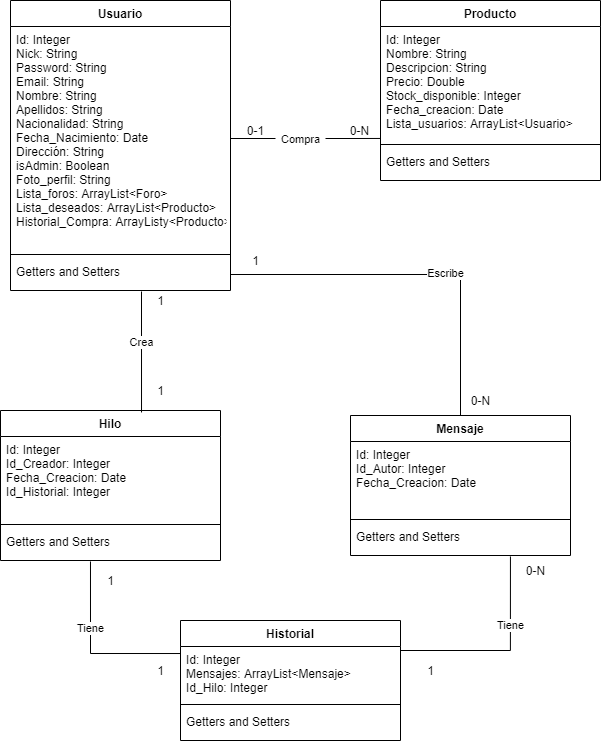
This is diseño/resources/Diagrama de clases de modelo.png from Bluishres/La-tienda-del-infinito, a draw.io export, as it was before one commit. Source tidied: cells renumbered, new cells last; positions are measured from the earlier drawing's top-left corner, leaving out a move shared by most shapes.
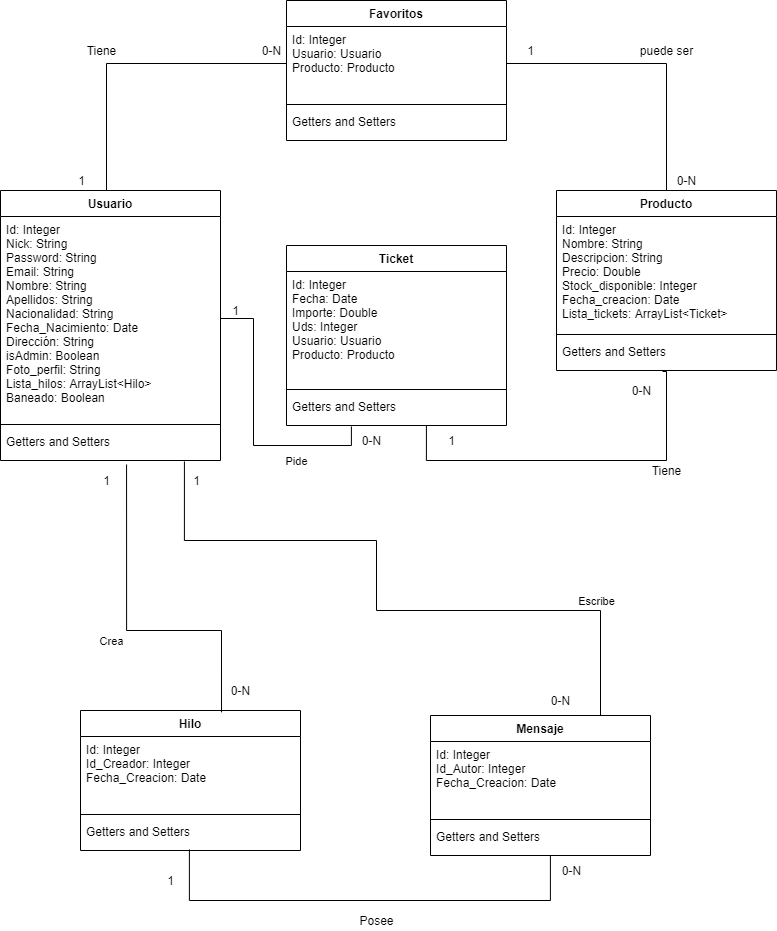
The same file after the commit.

What changed in the source:
```diff
@@ -3,33 +3,41 @@
     <mxCell id="0" />
     <mxCell id="1" parent="0" />
     <mxCell id="2" value="Usuario" style="swimlane;fontStyle=1;align=center;verticalAlign=top;horizontal=1;startSize=26;" parent="1" vertex="1">
-      <mxGeometry x="10" width="220" height="290" as="geometry" />
+      <mxGeometry x="-80" y="70" width="220" height="270" as="geometry" />
     </mxCell>
-    <mxCell id="3" value="Id: Integer&#10;Nick: String&#10;Password: String&#10;Email: String&#10;Nombre: String&#10;Apellidos: String&#10;Nacionalidad: String&#10;Fecha_Nacimiento: Date&#10;Dirección: String&#10;isAdmin: Boolean&#10;Foto_perfil: String&#10;Lista_foros: ArrayList&lt;Foro&gt;&#10;Lista_deseados: ArrayList&lt;Producto&gt;&#10;Historial_Compra: ArrayListy&lt;Producto&gt;" style="text;strokeColor=none;fillColor=none;align=left;verticalAlign=top;spacingLeft=4;spacingRight=4;overflow=hidden;points=[[0,0.5],[1,0.5]];portConstraint=eastwest;" parent="2" vertex="1">
-      <mxGeometry y="26" width="220" height="224" as="geometry" />
+    <mxCell id="3" value="Id: Integer&#10;Nick: String&#10;Password: String&#10;Email: String&#10;Nombre: String&#10;Apellidos: String&#10;Nacionalidad: String&#10;Fecha_Nacimiento: Date&#10;Dirección: String&#10;isAdmin: Boolean&#10;Foto_perfil: String&#10;Lista_hilos: ArrayList&lt;Hilo&gt;&#10;Baneado: Boolean" style="text;strokeColor=none;fillColor=none;align=left;verticalAlign=top;spacingLeft=4;spacingRight=4;overflow=hidden;points=[[0,0.5],[1,0.5]];portConstraint=eastwest;" parent="2" vertex="1">
+      <mxGeometry y="26" width="220" height="204" as="geometry" />
     </mxCell>
     <mxCell id="4" style="line;strokeWidth=1;fillColor=none;align=left;verticalAlign=middle;spacingTop=-1;spacingLeft=3;spacingRight=3;labelPosition=right;" parent="2" vertex="1">
-      <mxGeometry y="250" width="220" height="8" as="geometry" />
+      <mxGeometry y="230" width="220" height="8" as="geometry" />
     </mxCell>
     <mxCell id="5" value="Getters and Setters" style="text;strokeColor=none;fillColor=none;align=left;verticalAlign=top;spacingLeft=4;spacingRight=4;overflow=hidden;points=[[0,0.5],[1,0.5]];portConstraint=eastwest;" parent="2" vertex="1">
-      <mxGeometry y="258" width="220" height="32" as="geometry" />
+      <mxGeometry y="238" width="220" height="32" as="geometry" />
     </mxCell>
+    <mxCell id="43" style="edgeStyle=orthogonalEdgeStyle;rounded=0;jettySize=auto;html=1;entryX=0.545;entryY=1;entryDx=0;entryDy=0;entryPerimeter=0;exitX=0.495;exitY=0.969;exitDx=0;exitDy=0;exitPerimeter=0;endArrow=none;endFill=0;" parent="1" edge="1" source="9" target="21">
+      <mxGeometry relative="1" as="geometry">
+        <Array as="points">
+          <mxPoint x="109" y="780" />
+          <mxPoint x="470" y="780" />
+        </Array>
+      </mxGeometry>
+    </mxCell>
     <mxCell id="6" value="Hilo" style="swimlane;fontStyle=1;align=center;verticalAlign=top;horizontal=1;startSize=26;" parent="1" vertex="1">
-      <mxGeometry y="410" width="220" height="150" as="geometry" />
+      <mxGeometry y="590" width="220" height="140" as="geometry" />
     </mxCell>
-    <mxCell id="7" value="Id: Integer&#10;Id_Creador: Integer&#10;Fecha_Creacion: Date&#10;Id_Historial: Integer&#10;" style="text;strokeColor=none;fillColor=none;align=left;verticalAlign=top;spacingLeft=4;spacingRight=4;overflow=hidden;" parent="6" vertex="1">
-      <mxGeometry y="26" width="220" height="84" as="geometry" />
+    <mxCell id="7" value="Id: Integer&#10;Id_Creador: Integer&#10;Fecha_Creacion: Date&#10;" style="text;strokeColor=none;fillColor=none;align=left;verticalAlign=top;spacingLeft=4;spacingRight=4;overflow=hidden;" parent="6" vertex="1">
+      <mxGeometry y="26" width="220" height="74" as="geometry" />
     </mxCell>
     <mxCell id="8" style="line;strokeWidth=1;fillColor=none;align=left;verticalAlign=middle;spacingTop=-1;spacingLeft=3;spacingRight=3;labelPosition=right;" parent="6" vertex="1">
-      <mxGeometry y="110" width="220" height="8" as="geometry" />
+      <mxGeometry y="100" width="220" height="8" as="geometry" />
     </mxCell>
     <mxCell id="9" value="Getters and Setters" style="text;strokeColor=none;fillColor=none;align=left;verticalAlign=top;spacingLeft=4;spacingRight=4;overflow=hidden;points=[[0,0.5],[1,0.5]];portConstraint=eastwest;" parent="6" vertex="1">
-      <mxGeometry y="118" width="220" height="32" as="geometry" />
+      <mxGeometry y="108" width="220" height="32" as="geometry" />
     </mxCell>
     <mxCell id="10" value="Producto" style="swimlane;fontStyle=1;align=center;verticalAlign=top;horizontal=1;startSize=26;" parent="1" vertex="1">
-      <mxGeometry x="380" width="220" height="180" as="geometry" />
+      <mxGeometry x="476" y="70" width="220" height="180" as="geometry" />
     </mxCell>
-    <mxCell id="11" value="Id: Integer&#10;Nombre: String&#10;Descripcion: String&#10;Precio: Double&#10;Stock_disponible: Integer&#10;Fecha_creacion: Date&#10;Lista_usuarios: ArrayList&lt;Usuario&gt;" style="text;strokeColor=none;fillColor=none;align=left;verticalAlign=top;spacingLeft=4;spacingRight=4;overflow=hidden;points=[[0,0.5],[1,0.5]];portConstraint=eastwest;" parent="10" vertex="1">
+    <mxCell id="11" value="Id: Integer&#10;Nombre: String&#10;Descripcion: String&#10;Precio: Double&#10;Stock_disponible: Integer&#10;Fecha_creacion: Date&#10;Lista_tickets: ArrayList&lt;Ticket&gt;" style="text;strokeColor=none;fillColor=none;align=left;verticalAlign=top;spacingLeft=4;spacingRight=4;overflow=hidden;points=[[0,0.5],[1,0.5]];portConstraint=eastwest;" parent="10" vertex="1">
       <mxGeometry y="26" width="220" height="114" as="geometry" />
     </mxCell>
     <mxCell id="12" style="line;strokeWidth=1;fillColor=none;align=left;verticalAlign=middle;spacingTop=-1;spacingLeft=3;spacingRight=3;labelPosition=right;" parent="10" vertex="1">
@@ -38,20 +46,8 @@
     <mxCell id="13" value="Getters and Setters" style="text;strokeColor=none;fillColor=none;align=left;verticalAlign=top;spacingLeft=4;spacingRight=4;overflow=hidden;points=[[0,0.5],[1,0.5]];portConstraint=eastwest;" parent="10" vertex="1">
       <mxGeometry y="148" width="220" height="32" as="geometry" />
     </mxCell>
-    <mxCell id="14" value="Historial" style="swimlane;fontStyle=1;align=center;verticalAlign=top;horizontal=1;startSize=26;" parent="1" vertex="1">
-      <mxGeometry x="180" y="620" width="220" height="120" as="geometry" />
-    </mxCell>
-    <mxCell id="15" value="Id: Integer&#10;Mensajes: ArrayList&lt;Mensaje&gt;&#10;Id_Hilo: Integer&#10;" style="text;strokeColor=none;fillColor=none;align=left;verticalAlign=top;spacingLeft=4;spacingRight=4;overflow=hidden;points=[[0,0.5],[1,0.5]];portConstraint=eastwest;" parent="14" vertex="1">
-      <mxGeometry y="26" width="220" height="54" as="geometry" />
-    </mxCell>
-    <mxCell id="16" style="line;strokeWidth=1;fillColor=none;align=left;verticalAlign=middle;spacingTop=-1;spacingLeft=3;spacingRight=3;labelPosition=right;" parent="14" vertex="1">
-      <mxGeometry y="80" width="220" height="8" as="geometry" />
-    </mxCell>
-    <mxCell id="17" value="Getters and Setters" style="text;strokeColor=none;fillColor=none;align=left;verticalAlign=top;spacingLeft=4;spacingRight=4;overflow=hidden;" parent="14" vertex="1">
-      <mxGeometry y="88" width="220" height="32" as="geometry" />
-    </mxCell>
     <mxCell id="18" value="Mensaje" style="swimlane;fontStyle=1;align=center;verticalAlign=top;horizontal=1;startSize=26;" parent="1" vertex="1">
-      <mxGeometry x="350" y="415" width="220" height="140" as="geometry" />
+      <mxGeometry x="350" y="595" width="220" height="140" as="geometry" />
     </mxCell>
     <mxCell id="19" value="Id: Integer&#10;Id_Autor: Integer&#10;Fecha_Creacion: Date&#10;" style="text;strokeColor=none;fillColor=none;align=left;verticalAlign=top;spacingLeft=4;spacingRight=4;overflow=hidden;" parent="18" vertex="1">
       <mxGeometry y="26" width="220" height="74" as="geometry" />
@@ -62,75 +58,138 @@
     <mxCell id="21" value="Getters and Setters" style="text;strokeColor=none;fillColor=none;align=left;verticalAlign=top;spacingLeft=4;spacingRight=4;overflow=hidden;points=[[0,0.5],[1,0.5]];portConstraint=eastwest;" parent="18" vertex="1">
       <mxGeometry y="108" width="220" height="32" as="geometry" />
     </mxCell>
-    <mxCell id="22" style="edgeStyle=orthogonalEdgeStyle;rounded=0;jettySize=auto;html=1;exitX=0.409;exitY=1.031;exitDx=0;exitDy=0;entryX=0;entryY=0.13;entryDx=0;entryDy=0;entryPerimeter=0;exitPerimeter=0;endArrow=none;endFill=0;" parent="1" edge="1" source="9" target="15">
-      <mxGeometry relative="1" as="geometry" />
-    </mxCell>
-    <mxCell id="23" value="Tiene" style="edgeLabel;html=1;align=center;verticalAlign=middle;" parent="22" vertex="1">
-      <mxGeometry x="-0.26" relative="1" as="geometry" />
-    </mxCell>
-    <mxCell id="24" value="1" style="text;html=1;align=center;verticalAlign=middle;strokeColor=none;" parent="1" vertex="1">
-      <mxGeometry x="100" y="570" width="20" height="20" as="geometry" />
-    </mxCell>
-    <mxCell id="25" value="1" style="text;html=1;align=center;verticalAlign=middle;strokeColor=none;" parent="1" vertex="1">
-      <mxGeometry x="150" y="660" width="20" height="20" as="geometry" />
-    </mxCell>
-    <mxCell id="26" style="edgeStyle=orthogonalEdgeStyle;rounded=0;jettySize=auto;html=1;exitX=1;exitY=0.5;exitDx=0;exitDy=0;entryX=0.727;entryY=1.031;entryDx=0;entryDy=0;entryPerimeter=0;endArrow=none;endFill=0;" parent="1" edge="1" source="15" target="21">
-      <mxGeometry relative="1" as="geometry">
-        <Array as="points">
-          <mxPoint x="400" y="650" />
-          <mxPoint x="510" y="650" />
-        </Array>
-      </mxGeometry>
-    </mxCell>
-    <mxCell id="27" value="Tiene" style="edgeLabel;html=1;align=center;verticalAlign=middle;" parent="26" vertex="1">
-      <mxGeometry x="0.39" relative="1" as="geometry" />
-    </mxCell>
-    <mxCell id="28" style="edgeStyle=orthogonalEdgeStyle;rounded=0;jettySize=auto;html=1;entryX=0;entryY=0.982;entryDx=0;entryDy=0;entryPerimeter=0;endArrow=none;endFill=0;startArrow=none;" parent="1" edge="1" source="33" target="11">
-      <mxGeometry relative="1" as="geometry" />
-    </mxCell>
-    <mxCell id="29" value="0-N" style="text;html=1;align=center;verticalAlign=middle;strokeColor=none;" parent="1" vertex="1">
-      <mxGeometry x="520" y="560" width="30" height="20" as="geometry" />
-    </mxCell>
-    <mxCell id="30" value="1" style="text;html=1;align=center;verticalAlign=middle;strokeColor=none;" parent="1" vertex="1">
-      <mxGeometry x="420" y="660" width="20" height="20" as="geometry" />
-    </mxCell>
-    <mxCell id="31" style="edgeStyle=orthogonalEdgeStyle;rounded=0;jettySize=auto;html=1;entryX=0.641;entryY=0.013;entryDx=0;entryDy=0;entryPerimeter=0;endArrow=none;endFill=0;" parent="1" edge="1" target="6">
+    <mxCell id="31" style="edgeStyle=orthogonalEdgeStyle;rounded=0;jettySize=auto;html=1;entryX=0.641;entryY=0.013;entryDx=0;entryDy=0;entryPerimeter=0;endArrow=none;endFill=0;exitX=0.573;exitY=1.125;exitDx=0;exitDy=0;exitPerimeter=0;" parent="1" edge="1" source="5" target="6">
       <mxGeometry relative="1" as="geometry">
-        <mxPoint x="141" y="291" as="sourcePoint" />
+        <Array as="points">
+          <mxPoint x="46" y="510" />
+          <mxPoint x="141" y="510" />
+        </Array>
       </mxGeometry>
     </mxCell>
     <mxCell id="32" value="Crea" style="edgeLabel;html=1;align=center;verticalAlign=middle;" parent="31" vertex="1">
-      <mxGeometry x="-0.17" y="-1" relative="1" as="geometry" />
+      <mxGeometry x="-0.17" y="-1" relative="1" as="geometry">
+        <mxPoint x="-15" y="34" as="offset" />
+      </mxGeometry>
     </mxCell>
-    <mxCell id="33" value="&lt;font style=&quot;font-size: 11px&quot;&gt;Compra&lt;/font&gt;" style="text;html=1;align=center;verticalAlign=middle;points=[];strokeColor=none;" parent="1" vertex="1">
-      <mxGeometry x="275" y="128" width="50" height="20" as="geometry" />
-    </mxCell>
-    <mxCell id="34" style="edgeStyle=orthogonalEdgeStyle;rounded=0;jettySize=auto;html=1;endArrow=none;endFill=0;" parent="1" edge="1" source="3" target="33">
-      <mxGeometry relative="1" as="geometry" />
-    </mxCell>
-    <mxCell id="35" value="0-1" style="text;html=1;align=center;verticalAlign=middle;strokeColor=none;" parent="1" vertex="1">
-      <mxGeometry x="240" y="120" width="30" height="20" as="geometry" />
-    </mxCell>
     <mxCell id="36" value="1" style="text;html=1;align=center;verticalAlign=middle;strokeColor=none;" parent="1" vertex="1">
-      <mxGeometry x="150" y="290" width="20" height="20" as="geometry" />
+      <mxGeometry x="16" y="350" width="20" height="20" as="geometry" />
     </mxCell>
-    <mxCell id="37" value="1" style="text;html=1;align=center;verticalAlign=middle;strokeColor=none;" parent="1" vertex="1">
-      <mxGeometry x="150" y="380" width="20" height="20" as="geometry" />
+    <mxCell id="37" value="0-N" style="text;html=1;align=center;verticalAlign=middle;strokeColor=none;" parent="1" vertex="1">
+      <mxGeometry x="145" y="560" width="30" height="20" as="geometry" />
     </mxCell>
-    <mxCell id="38" value="0-N" style="text;html=1;align=center;verticalAlign=middle;strokeColor=none;" parent="1" vertex="1">
-      <mxGeometry x="344" y="120" width="30" height="20" as="geometry" />
-    </mxCell>
-    <mxCell id="39" style="edgeStyle=orthogonalEdgeStyle;rounded=0;jettySize=auto;html=1;exitX=1;exitY=0.5;exitDx=0;exitDy=0;endArrow=none;endFill=0;" parent="1" edge="1" source="5" target="18">
-      <mxGeometry relative="1" as="geometry" />
+    <mxCell id="39" style="edgeStyle=orthogonalEdgeStyle;rounded=0;jettySize=auto;html=1;exitX=0.836;exitY=1.031;exitDx=0;exitDy=0;endArrow=none;endFill=0;exitPerimeter=0;" parent="1" edge="1" source="5">
+      <mxGeometry relative="1" as="geometry">
+        <mxPoint x="520" y="595" as="targetPoint" />
+        <Array as="points">
+          <mxPoint x="104" y="420" />
+          <mxPoint x="296" y="420" />
+          <mxPoint x="296" y="490" />
+          <mxPoint x="520" y="490" />
+        </Array>
+      </mxGeometry>
     </mxCell>
     <mxCell id="40" value="Escribe" style="edgeLabel;html=1;align=center;verticalAlign=middle;" parent="39" vertex="1">
-      <mxGeometry x="0.15" y="2" relative="1" as="geometry" />
+      <mxGeometry x="0.15" y="2" relative="1" as="geometry">
+        <mxPoint x="174" y="-8" as="offset" />
+      </mxGeometry>
     </mxCell>
     <mxCell id="41" value="0-N" style="text;html=1;align=center;verticalAlign=middle;strokeColor=none;" parent="1" vertex="1">
-      <mxGeometry x="465" y="390" width="30" height="20" as="geometry" />
+      <mxGeometry x="465" y="570" width="30" height="20" as="geometry" />
     </mxCell>
     <mxCell id="42" value="1" style="text;html=1;align=center;verticalAlign=middle;strokeColor=none;" parent="1" vertex="1">
-      <mxGeometry x="245" y="250" width="20" height="20" as="geometry" />
+      <mxGeometry x="106" y="350" width="20" height="20" as="geometry" />
     </mxCell>
+    <mxCell id="44" value="Ticket" style="swimlane;fontStyle=1;align=center;verticalAlign=top;horizontal=1;startSize=26;" parent="1" vertex="1">
+      <mxGeometry x="206" y="125" width="220" height="180" as="geometry" />
+    </mxCell>
+    <mxCell id="45" value="Id: Integer&#10;Fecha: Date&#10;Importe: Double&#10;Uds: Integer&#10;Usuario: Usuario&#10;Producto: Producto" style="text;strokeColor=none;fillColor=none;align=left;verticalAlign=top;spacingLeft=4;spacingRight=4;overflow=hidden;" parent="44" vertex="1">
+      <mxGeometry y="26" width="220" height="114" as="geometry" />
+    </mxCell>
+    <mxCell id="46" style="line;strokeWidth=1;fillColor=none;align=left;verticalAlign=middle;spacingTop=-1;spacingLeft=3;spacingRight=3;labelPosition=right;" parent="44" vertex="1">
+      <mxGeometry y="140" width="220" height="8" as="geometry" />
+    </mxCell>
+    <mxCell id="47" value="Getters and Setters" style="text;strokeColor=none;fillColor=none;align=left;verticalAlign=top;spacingLeft=4;spacingRight=4;overflow=hidden;points=[[0,0.5],[1,0.5]];portConstraint=eastwest;" parent="44" vertex="1">
+      <mxGeometry y="148" width="220" height="32" as="geometry" />
+    </mxCell>
+    <mxCell id="48" value="Favoritos" style="swimlane;fontStyle=1;align=center;verticalAlign=top;horizontal=1;startSize=26;" parent="1" vertex="1">
+      <mxGeometry x="206" y="-120" width="220" height="140" as="geometry" />
+    </mxCell>
+    <mxCell id="49" value="Id: Integer&#10;Usuario: Usuario&#10;Producto: Producto" style="text;strokeColor=none;fillColor=none;align=left;verticalAlign=top;spacingLeft=4;spacingRight=4;overflow=hidden;points=[[0,0.5],[1,0.5]];portConstraint=eastwest;" parent="48" vertex="1">
+      <mxGeometry y="26" width="220" height="74" as="geometry" />
+    </mxCell>
+    <mxCell id="50" style="line;strokeWidth=1;fillColor=none;align=left;verticalAlign=middle;spacingTop=-1;spacingLeft=3;spacingRight=3;labelPosition=right;" parent="48" vertex="1">
+      <mxGeometry y="100" width="220" height="8" as="geometry" />
+    </mxCell>
+    <mxCell id="51" value="Getters and Setters" style="text;strokeColor=none;fillColor=none;align=left;verticalAlign=top;spacingLeft=4;spacingRight=4;overflow=hidden;" parent="48" vertex="1">
+      <mxGeometry y="108" width="220" height="32" as="geometry" />
+    </mxCell>
+    <mxCell id="52" style="edgeStyle=orthogonalEdgeStyle;rounded=0;jettySize=auto;html=1;entryX=0.482;entryY=1.031;entryDx=0;entryDy=0;endArrow=none;endFill=0;startArrow=none;exitX=0.636;exitY=1;exitDx=0;exitDy=0;exitPerimeter=0;entryPerimeter=0;" parent="1" edge="1" source="47" target="13">
+      <mxGeometry relative="1" as="geometry">
+        <Array as="points">
+          <mxPoint x="346" y="340" />
+          <mxPoint x="586" y="340" />
+          <mxPoint x="586" y="251" />
+        </Array>
+      </mxGeometry>
+    </mxCell>
+    <mxCell id="53" value="&lt;span style=&quot;font-size: 11px&quot;&gt;Pide&lt;/span&gt;" style="text;html=1;align=center;verticalAlign=middle;strokeColor=none;" parent="1" vertex="1">
+      <mxGeometry x="196" y="330" width="40" height="20" as="geometry" />
+    </mxCell>
+    <mxCell id="54" style="edgeStyle=orthogonalEdgeStyle;rounded=0;jettySize=auto;html=1;endArrow=none;endFill=0;entryX=0.295;entryY=1.031;entryDx=0;entryDy=0;exitX=1;exitY=0.5;exitDx=0;exitDy=0;entryPerimeter=0;" parent="1" edge="1" source="3" target="47">
+      <mxGeometry relative="1" as="geometry" />
+    </mxCell>
+    <mxCell id="55" value="1" style="text;html=1;align=center;verticalAlign=middle;strokeColor=none;" parent="1" vertex="1">
+      <mxGeometry x="145" y="180" width="20" height="20" as="geometry" />
+    </mxCell>
+    <mxCell id="56" value="0-N" style="text;html=1;align=center;verticalAlign=middle;strokeColor=none;" parent="1" vertex="1">
+      <mxGeometry x="276" y="310" width="30" height="20" as="geometry" />
+    </mxCell>
+    <mxCell id="57" value="Tiene" style="text;html=1;align=center;verticalAlign=middle;strokeColor=none;" parent="1" vertex="1">
+      <mxGeometry x="561" y="340" width="50" height="20" as="geometry" />
+    </mxCell>
+    <mxCell id="58" value="0-N" style="text;html=1;align=center;verticalAlign=middle;strokeColor=none;" parent="1" vertex="1">
+      <mxGeometry x="546" y="260" width="30" height="20" as="geometry" />
+    </mxCell>
+    <mxCell id="59" value="1" style="text;html=1;align=center;verticalAlign=middle;strokeColor=none;" parent="1" vertex="1">
+      <mxGeometry x="361" y="310" width="20" height="20" as="geometry" />
+    </mxCell>
+    <mxCell id="60" style="edgeStyle=orthogonalEdgeStyle;rounded=0;jettySize=auto;html=1;entryX=0;entryY=0.5;entryDx=0;entryDy=0;endArrow=none;endFill=0;startArrow=none;exitX=0.5;exitY=0;exitDx=0;exitDy=0;" parent="1" edge="1" source="2" target="49">
+      <mxGeometry relative="1" as="geometry">
+        <Array as="points">
+          <mxPoint x="26" y="70" />
+          <mxPoint x="26" y="-57" />
+        </Array>
+      </mxGeometry>
+    </mxCell>
+    <mxCell id="61" value="Tiene" style="text;html=1;align=center;verticalAlign=middle;strokeColor=none;" parent="1" vertex="1">
+      <mxGeometry x="-4" y="-80" width="50" height="20" as="geometry" />
+    </mxCell>
+    <mxCell id="62" value="1" style="text;html=1;align=center;verticalAlign=middle;strokeColor=none;" parent="1" vertex="1">
+      <mxGeometry x="-9" y="50" width="20" height="20" as="geometry" />
+    </mxCell>
+    <mxCell id="63" value="0-N" style="text;html=1;align=center;verticalAlign=middle;strokeColor=none;" parent="1" vertex="1">
+      <mxGeometry x="176" y="-80" width="30" height="20" as="geometry" />
+    </mxCell>
+    <mxCell id="64" style="edgeStyle=orthogonalEdgeStyle;rounded=0;jettySize=auto;html=1;entryX=0.5;entryY=0;entryDx=0;entryDy=0;endArrow=none;endFill=0;" parent="1" edge="1" source="49" target="10">
+      <mxGeometry relative="1" as="geometry" />
+    </mxCell>
+    <mxCell id="65" value="puede ser" style="text;html=1;align=center;verticalAlign=middle;strokeColor=none;" parent="1" vertex="1">
+      <mxGeometry x="551" y="-80" width="70" height="20" as="geometry" />
+    </mxCell>
+    <mxCell id="66" value="1" style="text;html=1;align=center;verticalAlign=middle;strokeColor=none;" parent="1" vertex="1">
+      <mxGeometry x="440" y="-80" width="20" height="20" as="geometry" />
+    </mxCell>
+    <mxCell id="67" value="0-N" style="text;html=1;align=center;verticalAlign=middle;strokeColor=none;" parent="1" vertex="1">
+      <mxGeometry x="591" y="50" width="30" height="20" as="geometry" />
+    </mxCell>
+    <mxCell id="68" value="Posee" style="text;html=1;align=center;verticalAlign=middle;strokeColor=none;" parent="1" vertex="1">
+      <mxGeometry x="271" y="790" width="50" height="20" as="geometry" />
+    </mxCell>
+    <mxCell id="69" value="1" style="text;html=1;align=center;verticalAlign=middle;strokeColor=none;" parent="1" vertex="1">
+      <mxGeometry x="80" y="750" width="20" height="20" as="geometry" />
+    </mxCell>
+    <mxCell id="70" value="0-N" style="text;html=1;align=center;verticalAlign=middle;strokeColor=none;" parent="1" vertex="1">
+      <mxGeometry x="476" y="740" width="30" height="20" as="geometry" />
+    </mxCell>
   </root>
 </mxGraphModel>
```
